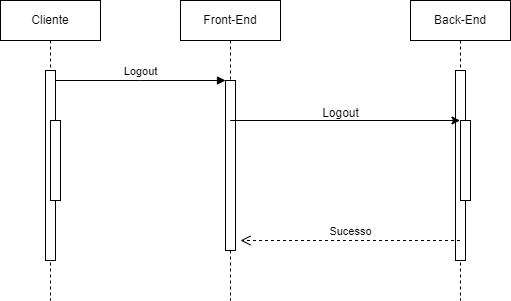
Before: arquivosinuteis/diagramasequencia3.drawio.png, a diagram exported from draw.io (Miguel11h/tcc). Source tidied: cells renumbered, new cells last; positions are measured from the earlier drawing's top-left corner, leaving out a move shared by most shapes.
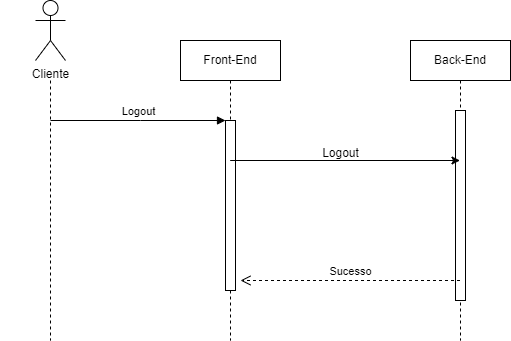
The same file after the commit.

Diff of the diagram source:
```diff
@@ -1,24 +1,19 @@
-<mxGraphModel>
+<mxGraphModel background="#ffffff">
   <root>
     <mxCell id="0" />
     <mxCell id="1" parent="0" />
-    <mxCell id="2" value="Cliente" style="shape=umlLifeline;perimeter=lifelinePerimeter;whiteSpace=wrap;html=1;newEdgeStyle={&quot;edgeStyle&quot;:&quot;elbowEdgeStyle&quot;,&quot;elbow&quot;:&quot;vertical&quot;,&quot;curved&quot;:0,&quot;rounded&quot;:0};" parent="1" vertex="1">
-      <mxGeometry width="100" height="300" as="geometry" />
+    <mxCell id="2" style="shape=umlLifeline;perimeter=lifelinePerimeter;whiteSpace=wrap;html=1;newEdgeStyle={&quot;edgeStyle&quot;:&quot;elbowEdgeStyle&quot;,&quot;elbow&quot;:&quot;vertical&quot;,&quot;curved&quot;:0,&quot;rounded&quot;:0};size=0;" parent="1" vertex="1">
+      <mxGeometry y="40" width="100" height="260" as="geometry" />
     </mxCell>
-    <mxCell id="3" style="html=1;points=[];perimeter=orthogonalPerimeter;outlineConnect=0;targetShapes=umlLifeline;portConstraint=eastwest;newEdgeStyle={&quot;edgeStyle&quot;:&quot;elbowEdgeStyle&quot;,&quot;elbow&quot;:&quot;vertical&quot;,&quot;curved&quot;:0,&quot;rounded&quot;:0};" parent="2" vertex="1">
-      <mxGeometry x="45" y="70" width="10" height="190" as="geometry" />
-    </mxCell>
-    <mxCell id="4" style="html=1;perimeter=orthogonalPerimeter;targetShapes=umlLifeline;newEdgeStyle={&quot;edgeStyle&quot;:&quot;elbowEdgeStyle&quot;,&quot;elbow&quot;:&quot;vertical&quot;,&quot;curved&quot;:0,&quot;rounded&quot;:0};" parent="2" vertex="1">
-      <mxGeometry x="50" y="120" width="10" height="80" as="geometry" />
-    </mxCell>
     <mxCell id="5" value="Front-End" style="shape=umlLifeline;perimeter=lifelinePerimeter;whiteSpace=wrap;html=1;newEdgeStyle={&quot;edgeStyle&quot;:&quot;elbowEdgeStyle&quot;,&quot;elbow&quot;:&quot;vertical&quot;,&quot;curved&quot;:0,&quot;rounded&quot;:0};" parent="1" vertex="1">
       <mxGeometry x="180" width="100" height="300" as="geometry" />
     </mxCell>
     <mxCell id="6" style="html=1;points=[];perimeter=orthogonalPerimeter;outlineConnect=0;targetShapes=umlLifeline;portConstraint=eastwest;newEdgeStyle={&quot;edgeStyle&quot;:&quot;elbowEdgeStyle&quot;,&quot;elbow&quot;:&quot;vertical&quot;,&quot;curved&quot;:0,&quot;rounded&quot;:0};" parent="5" vertex="1">
       <mxGeometry x="45" y="80" width="10" height="170" as="geometry" />
     </mxCell>
-    <mxCell id="7" value="Logout" style="html=1;verticalAlign=bottom;endArrow=block;edgeStyle=elbowEdgeStyle;elbow=vertical;curved=0;rounded=0;" parent="1" edge="1" source="3" target="6">
+    <mxCell id="7" value="Logout" style="html=1;verticalAlign=bottom;endArrow=block;edgeStyle=elbowEdgeStyle;elbow=vertical;curved=0;rounded=0;" parent="1" edge="1" target="6">
       <mxGeometry relative="1" as="geometry">
+        <mxPoint x="50" y="80" as="sourcePoint" />
         <Array as="points">
           <mxPoint x="140" y="80" />
         </Array>
@@ -30,9 +25,6 @@
     <mxCell id="9" style="html=1;perimeter=orthogonalPerimeter;targetShapes=umlLifeline;newEdgeStyle={&quot;edgeStyle&quot;:&quot;elbowEdgeStyle&quot;,&quot;elbow&quot;:&quot;vertical&quot;,&quot;curved&quot;:0,&quot;rounded&quot;:0};" parent="8" vertex="1">
       <mxGeometry x="45" y="70" width="10" height="190" as="geometry" />
     </mxCell>
-    <mxCell id="10" style="html=1;perimeter=orthogonalPerimeter;targetShapes=umlLifeline;newEdgeStyle={&quot;edgeStyle&quot;:&quot;elbowEdgeStyle&quot;,&quot;elbow&quot;:&quot;vertical&quot;,&quot;curved&quot;:0,&quot;rounded&quot;:0};" parent="8" vertex="1">
-      <mxGeometry x="50" y="120" width="10" height="80" as="geometry" />
-    </mxCell>
     <mxCell id="11" value="Sucesso" style="html=1;verticalAlign=bottom;endArrow=open;dashed=1;endSize=8;edgeStyle=elbowEdgeStyle;elbow=vertical;curved=0;rounded=0;" parent="1" edge="1" source="8">
       <mxGeometry relative="1" as="geometry">
         <mxPoint x="240" y="240" as="targetPoint" />
@@ -49,5 +41,8 @@
     <mxCell id="13" value="Logout" style="text;html=1;align=center;verticalAlign=middle;strokeColor=none;fillColor=none;" parent="1" vertex="1">
       <mxGeometry x="310" y="98" width="60" height="30" as="geometry" />
     </mxCell>
+    <mxCell id="14" value="Cliente" style="shape=umlActor;verticalLabelPosition=bottom;verticalAlign=top;html=1;" parent="1" vertex="1">
+      <mxGeometry x="35" y="-40" width="30" height="60" as="geometry" />
+    </mxCell>
   </root>
 </mxGraphModel>
```
